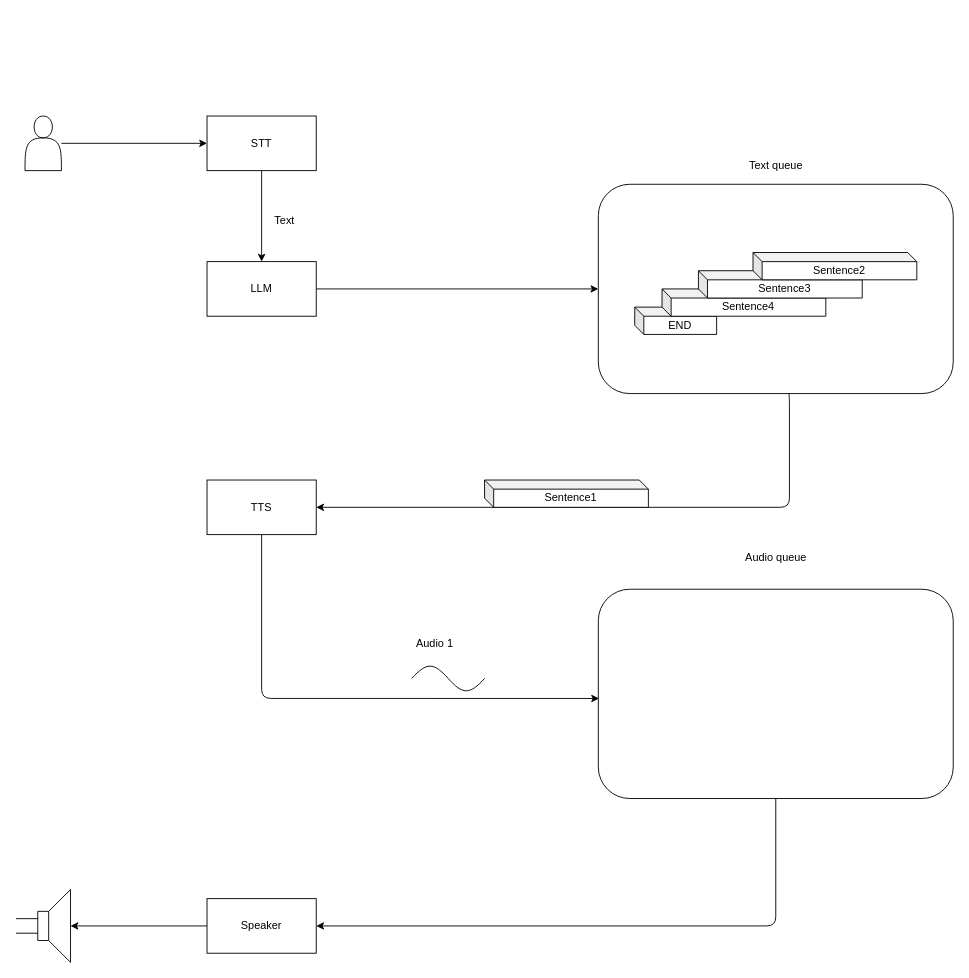
The draw.io diagram arch/architecture.drawio in 480284856/AsyncAudioChat, before the edit. Source tidied: cells renumbered, new cells numbered last; positions are measured from the earlier drawing's top-left corner, leaving out a move shared by most shapes. Both pictures are drawn from the tidied source at 91%, with x=0, y=0 at pixel (15, 116).
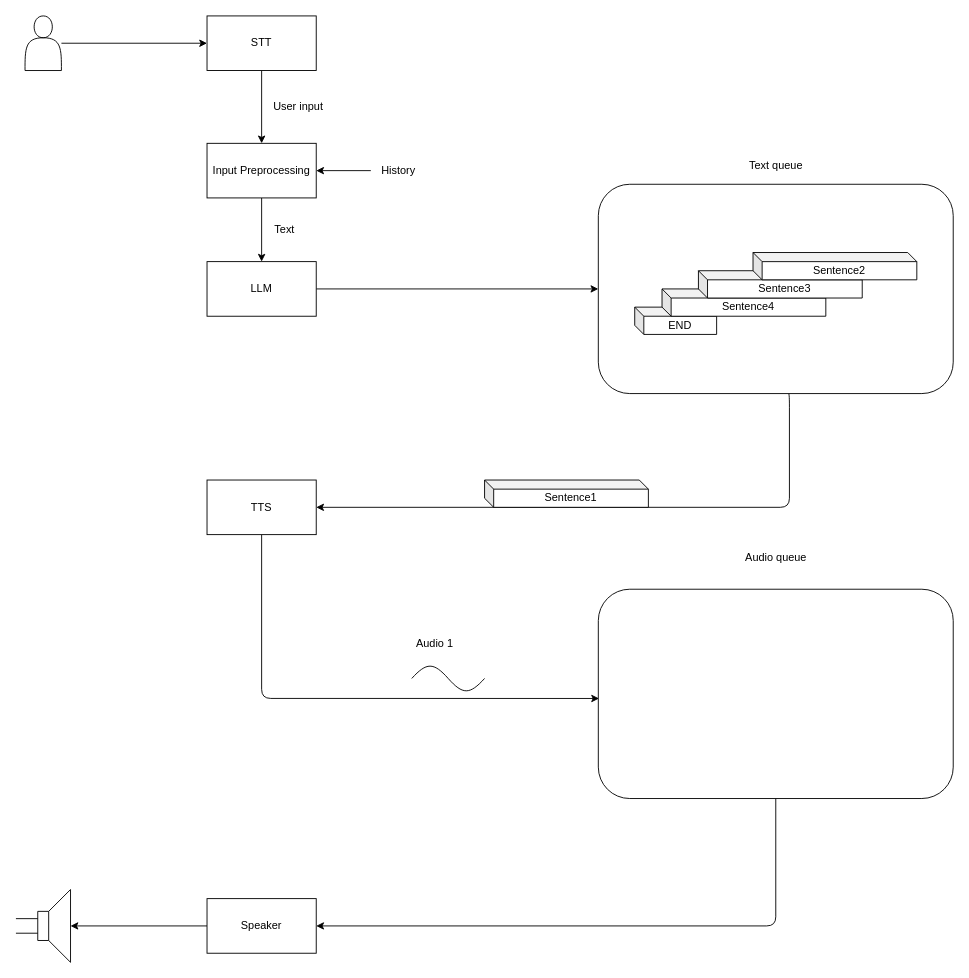
After the change.

Unchanged cells that the change refers to:
```xml
<mxCell id="8" value="LLM" style="rounded=0;whiteSpace=wrap;html=1;" parent="1" vertex="1">
  <mxGeometry x="210" y="160" width="120" height="60" as="geometry" />
</mxCell>
```

Change to the diagram source:
```diff
@@
     <mxCell id="4" style="shape=actor;whiteSpace=wrap;html=1;" parent="1" vertex="1">
-      <mxGeometry x="10" width="40" height="60" as="geometry" />
+      <mxGeometry x="10" y="-110" width="40" height="60" as="geometry" />
     </mxCell>
-    <mxCell id="5" style="edgeStyle=none;html=1;" parent="1" edge="1" source="6" target="8">
+    <mxCell id="5" style="edgeStyle=none;html=1;" parent="1" edge="1" source="6" target="28">
       <mxGeometry relative="1" as="geometry" />
     </mxCell>
     <mxCell id="6" value="STT" style="rounded=0;whiteSpace=wrap;html=1;" parent="1" vertex="1">
-      <mxGeometry x="210" width="120" height="60" as="geometry" />
+      <mxGeometry x="210" y="-110" width="120" height="60" as="geometry" />
     </mxCell>
@@
     <mxCell id="9" value="Text" style="text;html=1;align=center;verticalAlign=middle;strokeColor=none;fillColor=none;" parent="1" vertex="1">
-      <mxGeometry x="270" y="100" width="50" height="30" as="geometry" />
+      <mxGeometry x="270" y="110" width="50" height="30" as="geometry" />
     </mxCell>
@@
+    <mxCell id="27" style="edgeStyle=none;html=1;entryX=0.5;entryY=0;entryDx=0;entryDy=0;" parent="1" edge="1" source="28" target="8">
+      <mxGeometry relative="1" as="geometry" />
+    </mxCell>
+    <mxCell id="28" value="Input Preprocessing" style="rounded=0;whiteSpace=wrap;html=1;" parent="1" vertex="1">
+      <mxGeometry x="210" y="30" width="120" height="60" as="geometry" />
+    </mxCell>
+    <mxCell id="29" value="User input" style="text;html=1;align=center;verticalAlign=middle;strokeColor=none;fillColor=none;" parent="1" vertex="1">
+      <mxGeometry x="270" y="-25" width="80" height="30" as="geometry" />
+    </mxCell>
+    <mxCell id="30" style="edgeStyle=none;html=1;entryX=1;entryY=0.5;entryDx=0;entryDy=0;" parent="1" edge="1" source="31" target="28">
+      <mxGeometry relative="1" as="geometry" />
+    </mxCell>
+    <mxCell id="31" value="History" style="text;html=1;align=center;verticalAlign=middle;points=[];strokeColor=none;fillColor=none;" parent="1" vertex="1">
+      <mxGeometry x="390" y="45" width="60" height="30" as="geometry" />
+    </mxCell>
```
